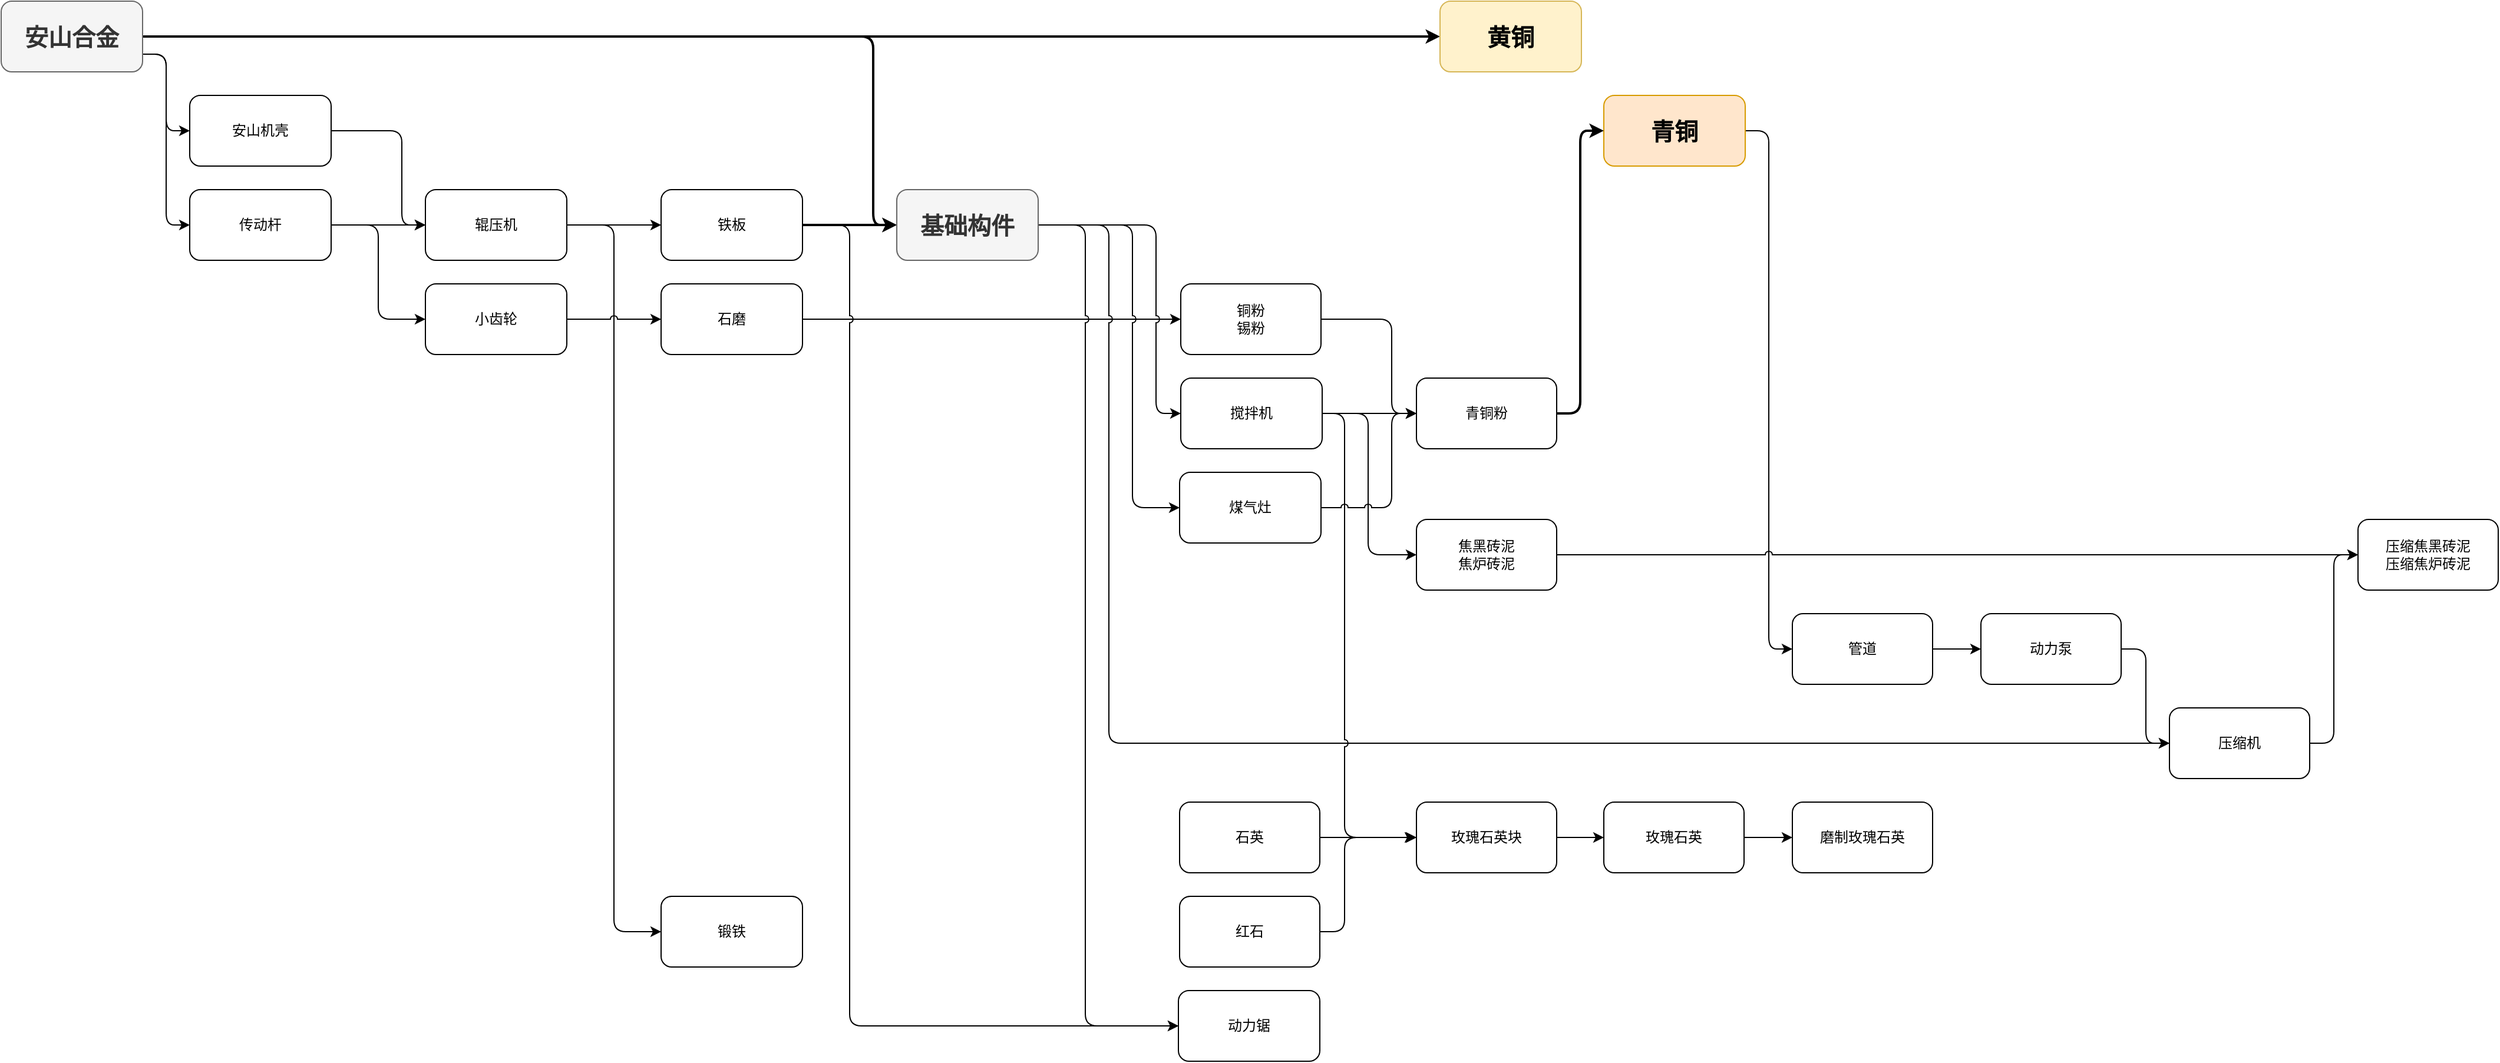
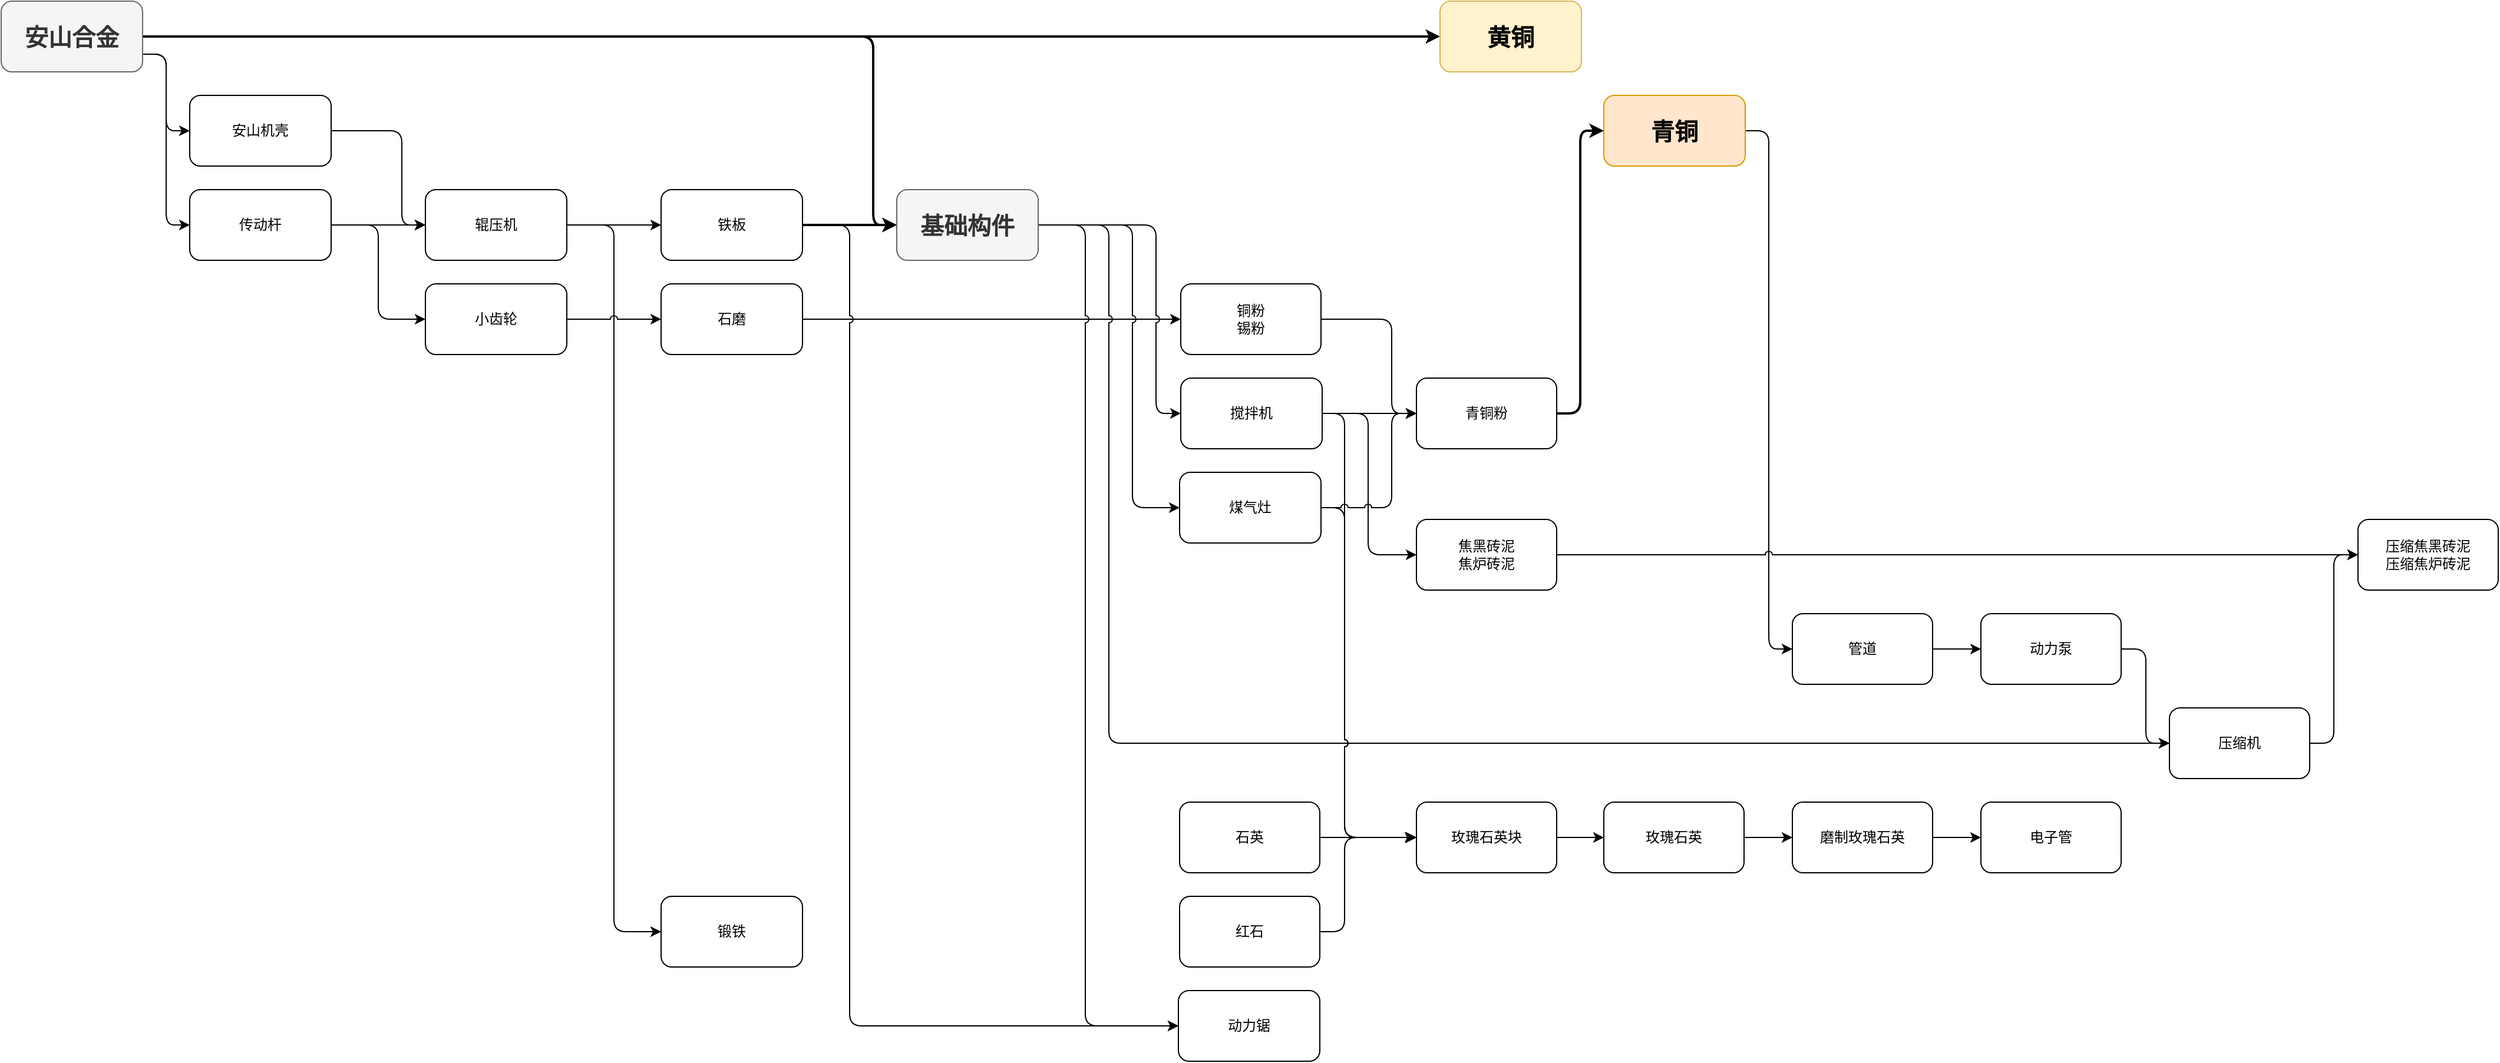
<mxfile host="app.diagrams.net">
  <diagram name="第 1 页" id="wbue6hbnNwZZhj_0dkD_">
-     <mxGraphModel dx="1491" dy="959" grid="1" gridSize="10" guides="1" tooltips="1" connect="1" arrows="1" fold="1" page="1" pageScale="1" pageWidth="827" pageHeight="1169" math="0" shadow="0">
+     <mxGraphModel dx="1256" dy="807" grid="1" gridSize="10" guides="1" tooltips="1" connect="1" arrows="1" fold="1" page="1" pageScale="1" pageWidth="827" pageHeight="1169" math="0" shadow="0">
      <root>
        <mxCell id="0" />
        <mxCell id="1" parent="0" />
        <mxCell id="hVVgvd0LLLONm7yzlIF5-7" edge="1" parent="1" source="hVVgvd0LLLONm7yzlIF5-4" style="edgeStyle=orthogonalEdgeStyle;rounded=1;orthogonalLoop=1;jettySize=auto;html=1;exitX=1;exitY=0.5;exitDx=0;exitDy=0;curved=0;strokeColor=default;align=center;verticalAlign=middle;fontFamily=Helvetica;fontSize=11;fontColor=default;labelBackgroundColor=default;jumpStyle=arc;endArrow=classic;strokeWidth=2;" target="hVVgvd0LLLONm7yzlIF5-5">
          <mxGeometry relative="1" as="geometry">
            <Array as="points">
              <mxPoint x="270" y="80" />
              <mxPoint x="270" y="80" />
            </Array>
          </mxGeometry>
        </mxCell>
        <mxCell id="hVVgvd0LLLONm7yzlIF5-9" edge="1" parent="1" source="hVVgvd0LLLONm7yzlIF5-4" style="edgeStyle=orthogonalEdgeStyle;rounded=1;orthogonalLoop=1;jettySize=auto;html=1;exitX=1;exitY=0.75;exitDx=0;exitDy=0;entryX=0;entryY=0.5;entryDx=0;entryDy=0;curved=0;jumpStyle=arc;strokeColor=default;align=center;verticalAlign=middle;fontFamily=Helvetica;fontSize=11;fontColor=default;labelBackgroundColor=default;endArrow=classic;" target="hVVgvd0LLLONm7yzlIF5-8">
          <mxGeometry relative="1" as="geometry">
            <Array as="points">
              <mxPoint x="140" y="95" />
              <mxPoint x="140" y="240" />
            </Array>
          </mxGeometry>
        </mxCell>
        <mxCell id="hVVgvd0LLLONm7yzlIF5-11" edge="1" parent="1" source="hVVgvd0LLLONm7yzlIF5-4" style="edgeStyle=orthogonalEdgeStyle;rounded=1;orthogonalLoop=1;jettySize=auto;html=1;exitX=1;exitY=0.75;exitDx=0;exitDy=0;entryX=0;entryY=0.5;entryDx=0;entryDy=0;curved=0;strokeColor=default;align=center;verticalAlign=middle;fontFamily=Helvetica;fontSize=11;fontColor=default;labelBackgroundColor=default;jumpStyle=arc;endArrow=classic;" target="hVVgvd0LLLONm7yzlIF5-10">
          <mxGeometry relative="1" as="geometry" />
        </mxCell>
        <mxCell id="hVVgvd0LLLONm7yzlIF5-25" edge="1" parent="1" source="hVVgvd0LLLONm7yzlIF5-4" style="edgeStyle=orthogonalEdgeStyle;shape=connector;curved=0;rounded=1;jumpStyle=arc;orthogonalLoop=1;jettySize=auto;html=1;exitX=1;exitY=0.5;exitDx=0;exitDy=0;entryX=0;entryY=0.5;entryDx=0;entryDy=0;strokeColor=default;align=center;verticalAlign=middle;fontFamily=Helvetica;fontSize=11;fontColor=default;labelBackgroundColor=default;endArrow=classic;strokeWidth=2;" target="hVVgvd0LLLONm7yzlIF5-23">
          <mxGeometry relative="1" as="geometry">
            <Array as="points">
              <mxPoint x="740" y="80" />
              <mxPoint x="740" y="240" />
            </Array>
          </mxGeometry>
        </mxCell>
        <mxCell id="hVVgvd0LLLONm7yzlIF5-4" parent="1" style="rounded=1;whiteSpace=wrap;html=1;fillColor=#f5f5f5;fontColor=#333333;strokeColor=#666666;" value="&lt;b&gt;&lt;font style=&quot;font-size: 20px;&quot;&gt;安山合金&lt;/font&gt;&lt;/b&gt;" vertex="1">
          <mxGeometry height="60" width="120" y="50" as="geometry" />
        </mxCell>
        <mxCell id="hVVgvd0LLLONm7yzlIF5-5" parent="1" style="rounded=1;whiteSpace=wrap;html=1;fillColor=#fff2cc;strokeColor=#d6b656;" value="&lt;b&gt;&lt;font style=&quot;font-size: 20px;&quot;&gt;黄铜&lt;/font&gt;&lt;/b&gt;" vertex="1">
          <mxGeometry height="60" width="120" x="1221" y="50" as="geometry" />
        </mxCell>
        <mxCell id="hVVgvd0LLLONm7yzlIF5-39" edge="1" parent="1" source="hVVgvd0LLLONm7yzlIF5-6" style="edgeStyle=orthogonalEdgeStyle;shape=connector;curved=0;rounded=1;jumpStyle=arc;orthogonalLoop=1;jettySize=auto;html=1;exitX=1;exitY=0.5;exitDx=0;exitDy=0;entryX=0;entryY=0.5;entryDx=0;entryDy=0;strokeColor=default;align=center;verticalAlign=middle;fontFamily=Helvetica;fontSize=11;fontColor=default;labelBackgroundColor=default;endArrow=classic;" target="hVVgvd0LLLONm7yzlIF5-38">
          <mxGeometry relative="1" as="geometry" />
        </mxCell>
        <mxCell id="hVVgvd0LLLONm7yzlIF5-6" parent="1" style="rounded=1;whiteSpace=wrap;html=1;fillColor=#ffe6cc;strokeColor=#d79b00;" value="&lt;b&gt;&lt;font style=&quot;font-size: 20px;&quot;&gt;青铜&lt;/font&gt;&lt;/b&gt;" vertex="1">
          <mxGeometry height="60" width="120" x="1360" y="130" as="geometry" />
        </mxCell>
        <mxCell id="hVVgvd0LLLONm7yzlIF5-14" edge="1" parent="1" source="hVVgvd0LLLONm7yzlIF5-8" style="edgeStyle=orthogonalEdgeStyle;shape=connector;curved=0;rounded=1;orthogonalLoop=1;jettySize=auto;html=1;exitX=1;exitY=0.5;exitDx=0;exitDy=0;entryX=0;entryY=0.5;entryDx=0;entryDy=0;strokeColor=default;align=center;verticalAlign=middle;fontFamily=Helvetica;fontSize=11;fontColor=default;labelBackgroundColor=default;endArrow=classic;jumpStyle=arc;" target="hVVgvd0LLLONm7yzlIF5-12">
          <mxGeometry relative="1" as="geometry" />
        </mxCell>
        <mxCell id="hVVgvd0LLLONm7yzlIF5-16" edge="1" parent="1" source="hVVgvd0LLLONm7yzlIF5-8" style="edgeStyle=orthogonalEdgeStyle;shape=connector;curved=0;rounded=1;orthogonalLoop=1;jettySize=auto;html=1;exitX=1;exitY=0.5;exitDx=0;exitDy=0;entryX=0;entryY=0.5;entryDx=0;entryDy=0;strokeColor=default;align=center;verticalAlign=middle;fontFamily=Helvetica;fontSize=11;fontColor=default;labelBackgroundColor=default;endArrow=classic;jumpStyle=arc;" target="hVVgvd0LLLONm7yzlIF5-15">
          <mxGeometry relative="1" as="geometry">
            <Array as="points">
              <mxPoint x="320" y="240" />
              <mxPoint x="320" y="320" />
            </Array>
            <mxPoint x="280" y="159.98" as="sourcePoint" />
            <mxPoint x="360" y="319.98" as="targetPoint" />
          </mxGeometry>
        </mxCell>
        <mxCell id="hVVgvd0LLLONm7yzlIF5-8" parent="1" style="rounded=1;whiteSpace=wrap;html=1;" value="传动杆" vertex="1">
          <mxGeometry height="60" width="120" x="160" y="210" as="geometry" />
        </mxCell>
        <mxCell id="hVVgvd0LLLONm7yzlIF5-13" edge="1" parent="1" source="hVVgvd0LLLONm7yzlIF5-10" style="edgeStyle=orthogonalEdgeStyle;shape=connector;curved=0;rounded=1;orthogonalLoop=1;jettySize=auto;html=1;exitX=1;exitY=0.5;exitDx=0;exitDy=0;strokeColor=default;align=center;verticalAlign=middle;fontFamily=Helvetica;fontSize=11;fontColor=default;labelBackgroundColor=default;endArrow=classic;entryX=0;entryY=0.5;entryDx=0;entryDy=0;jumpStyle=arc;" target="hVVgvd0LLLONm7yzlIF5-12">
          <mxGeometry relative="1" as="geometry">
            <Array as="points">
              <mxPoint x="340" y="160" />
              <mxPoint x="340" y="240" />
            </Array>
          </mxGeometry>
        </mxCell>
        <mxCell id="hVVgvd0LLLONm7yzlIF5-10" parent="1" style="rounded=1;whiteSpace=wrap;html=1;" value="安山机壳" vertex="1">
          <mxGeometry height="60" width="120" x="160" y="130" as="geometry" />
        </mxCell>
        <mxCell id="hVVgvd0LLLONm7yzlIF5-19" edge="1" parent="1" source="hVVgvd0LLLONm7yzlIF5-12" style="edgeStyle=orthogonalEdgeStyle;shape=connector;curved=0;rounded=1;orthogonalLoop=1;jettySize=auto;html=1;exitX=1;exitY=0.5;exitDx=0;exitDy=0;entryX=0;entryY=0.5;entryDx=0;entryDy=0;strokeColor=default;align=center;verticalAlign=middle;fontFamily=Helvetica;fontSize=11;fontColor=default;labelBackgroundColor=default;endArrow=classic;jumpStyle=arc;" target="hVVgvd0LLLONm7yzlIF5-18">
          <mxGeometry relative="1" as="geometry" />
        </mxCell>
        <mxCell id="hVVgvd0LLLONm7yzlIF5-22" edge="1" parent="1" source="hVVgvd0LLLONm7yzlIF5-12" style="edgeStyle=orthogonalEdgeStyle;shape=connector;curved=0;rounded=1;orthogonalLoop=1;jettySize=auto;html=1;exitX=1;exitY=0.5;exitDx=0;exitDy=0;entryX=0;entryY=0.5;entryDx=0;entryDy=0;strokeColor=default;align=center;verticalAlign=middle;fontFamily=Helvetica;fontSize=11;fontColor=default;labelBackgroundColor=default;endArrow=classic;jumpStyle=arc;" target="hVVgvd0LLLONm7yzlIF5-21">
          <mxGeometry relative="1" as="geometry" />
        </mxCell>
        <mxCell id="hVVgvd0LLLONm7yzlIF5-12" parent="1" style="rounded=1;whiteSpace=wrap;html=1;" value="辊压机" vertex="1">
          <mxGeometry height="60" width="120" x="360" y="210" as="geometry" />
        </mxCell>
        <mxCell id="hVVgvd0LLLONm7yzlIF5-20" edge="1" parent="1" source="hVVgvd0LLLONm7yzlIF5-15" style="edgeStyle=orthogonalEdgeStyle;shape=connector;curved=0;rounded=1;orthogonalLoop=1;jettySize=auto;html=1;exitX=1;exitY=0.5;exitDx=0;exitDy=0;strokeColor=default;align=center;verticalAlign=middle;fontFamily=Helvetica;fontSize=11;fontColor=default;labelBackgroundColor=default;endArrow=classic;entryX=0;entryY=0.5;entryDx=0;entryDy=0;jumpStyle=arc;" target="hVVgvd0LLLONm7yzlIF5-17">
          <mxGeometry relative="1" as="geometry">
            <mxPoint x="550" y="319.9655172413793" as="targetPoint" />
          </mxGeometry>
        </mxCell>
        <mxCell id="hVVgvd0LLLONm7yzlIF5-15" parent="1" style="rounded=1;whiteSpace=wrap;html=1;" value="小齿轮" vertex="1">
          <mxGeometry height="60" width="120" x="360" y="290" as="geometry" />
        </mxCell>
        <mxCell id="hVVgvd0LLLONm7yzlIF5-35" edge="1" parent="1" source="hVVgvd0LLLONm7yzlIF5-17" style="edgeStyle=orthogonalEdgeStyle;shape=connector;curved=0;rounded=1;jumpStyle=arc;orthogonalLoop=1;jettySize=auto;html=1;exitX=1;exitY=0.5;exitDx=0;exitDy=0;entryX=0;entryY=0.5;entryDx=0;entryDy=0;strokeColor=default;align=center;verticalAlign=middle;fontFamily=Helvetica;fontSize=11;fontColor=default;labelBackgroundColor=default;endArrow=classic;" target="hVVgvd0LLLONm7yzlIF5-32">
          <mxGeometry relative="1" as="geometry" />
        </mxCell>
        <mxCell id="hVVgvd0LLLONm7yzlIF5-17" parent="1" style="rounded=1;whiteSpace=wrap;html=1;" value="石磨" vertex="1">
          <mxGeometry height="60" width="120" x="560" y="290" as="geometry" />
        </mxCell>
        <mxCell id="hVVgvd0LLLONm7yzlIF5-24" edge="1" parent="1" source="hVVgvd0LLLONm7yzlIF5-18" style="edgeStyle=orthogonalEdgeStyle;shape=connector;curved=0;rounded=1;jumpStyle=arc;orthogonalLoop=1;jettySize=auto;html=1;exitX=1;exitY=0.5;exitDx=0;exitDy=0;strokeColor=default;align=center;verticalAlign=middle;fontFamily=Helvetica;fontSize=11;fontColor=default;labelBackgroundColor=default;endArrow=classic;strokeWidth=2;entryX=0;entryY=0.5;entryDx=0;entryDy=0;" target="hVVgvd0LLLONm7yzlIF5-23">
          <mxGeometry relative="1" as="geometry" />
        </mxCell>
        <mxCell id="4fcqwB5ZCuZv3aRTupUW-13" edge="1" parent="1" source="hVVgvd0LLLONm7yzlIF5-18" style="edgeStyle=orthogonalEdgeStyle;shape=connector;curved=0;rounded=1;jumpStyle=arc;orthogonalLoop=1;jettySize=auto;html=1;exitX=1;exitY=0.5;exitDx=0;exitDy=0;entryX=0;entryY=0.5;entryDx=0;entryDy=0;strokeColor=default;align=center;verticalAlign=middle;fontFamily=Helvetica;fontSize=11;fontColor=default;labelBackgroundColor=default;endArrow=classic;" target="4fcqwB5ZCuZv3aRTupUW-11">
          <mxGeometry relative="1" as="geometry">
            <Array as="points">
              <mxPoint x="720" y="240" />
              <mxPoint x="720" y="920" />
            </Array>
          </mxGeometry>
        </mxCell>
        <mxCell id="hVVgvd0LLLONm7yzlIF5-18" parent="1" style="rounded=1;whiteSpace=wrap;html=1;" value="铁板" vertex="1">
          <mxGeometry height="60" width="120" x="560" y="210" as="geometry" />
        </mxCell>
        <mxCell id="hVVgvd0LLLONm7yzlIF5-21" parent="1" style="rounded=1;whiteSpace=wrap;html=1;" value="锻铁" vertex="1">
          <mxGeometry height="60" width="120" x="560" y="810" as="geometry" />
        </mxCell>
        <mxCell id="hVVgvd0LLLONm7yzlIF5-28" edge="1" parent="1" style="edgeStyle=orthogonalEdgeStyle;shape=connector;curved=0;rounded=1;jumpStyle=arc;orthogonalLoop=1;jettySize=auto;html=1;entryX=0;entryY=0.5;entryDx=0;entryDy=0;strokeColor=default;align=center;verticalAlign=middle;fontFamily=Helvetica;fontSize=11;fontColor=default;labelBackgroundColor=default;endArrow=classic;" target="hVVgvd0LLLONm7yzlIF5-27">
          <mxGeometry relative="1" as="geometry">
            <Array as="points">
              <mxPoint x="980" y="240" />
              <mxPoint x="980" y="400" />
            </Array>
            <mxPoint x="880" y="240" as="sourcePoint" />
          </mxGeometry>
        </mxCell>
        <mxCell id="hVVgvd0LLLONm7yzlIF5-44" edge="1" parent="1" source="hVVgvd0LLLONm7yzlIF5-23" style="edgeStyle=orthogonalEdgeStyle;shape=connector;curved=0;rounded=1;jumpStyle=arc;orthogonalLoop=1;jettySize=auto;html=1;exitX=1;exitY=0.5;exitDx=0;exitDy=0;entryX=0;entryY=0.5;entryDx=0;entryDy=0;strokeColor=default;align=center;verticalAlign=middle;fontFamily=Helvetica;fontSize=11;fontColor=default;labelBackgroundColor=default;endArrow=classic;" target="hVVgvd0LLLONm7yzlIF5-42">
          <mxGeometry relative="1" as="geometry">
            <Array as="points">
              <mxPoint x="940" y="240" />
              <mxPoint x="940" y="680" />
            </Array>
            <mxPoint x="920" y="240" as="sourcePoint" />
          </mxGeometry>
        </mxCell>
        <mxCell id="hVVgvd0LLLONm7yzlIF5-50" edge="1" parent="1" source="hVVgvd0LLLONm7yzlIF5-23" style="edgeStyle=orthogonalEdgeStyle;shape=connector;curved=0;rounded=1;jumpStyle=arc;orthogonalLoop=1;jettySize=auto;html=1;exitX=1;exitY=0.5;exitDx=0;exitDy=0;entryX=0;entryY=0.5;entryDx=0;entryDy=0;strokeColor=default;align=center;verticalAlign=middle;fontFamily=Helvetica;fontSize=11;fontColor=default;labelBackgroundColor=default;endArrow=classic;" target="hVVgvd0LLLONm7yzlIF5-48">
          <mxGeometry relative="1" as="geometry">
            <Array as="points">
              <mxPoint x="960" y="240" />
              <mxPoint x="960" y="480" />
            </Array>
            <mxPoint x="920" y="240" as="sourcePoint" />
          </mxGeometry>
        </mxCell>
        <mxCell id="4fcqwB5ZCuZv3aRTupUW-12" edge="1" parent="1" source="hVVgvd0LLLONm7yzlIF5-23" style="edgeStyle=orthogonalEdgeStyle;shape=connector;curved=0;rounded=1;jumpStyle=arc;orthogonalLoop=1;jettySize=auto;html=1;exitX=1;exitY=0.5;exitDx=0;exitDy=0;entryX=0;entryY=0.5;entryDx=0;entryDy=0;strokeColor=default;align=center;verticalAlign=middle;fontFamily=Helvetica;fontSize=11;fontColor=default;labelBackgroundColor=default;endArrow=classic;" target="4fcqwB5ZCuZv3aRTupUW-11">
          <mxGeometry relative="1" as="geometry">
            <Array as="points">
              <mxPoint x="920" y="240" />
              <mxPoint x="920" y="920" />
            </Array>
          </mxGeometry>
        </mxCell>
        <mxCell id="hVVgvd0LLLONm7yzlIF5-23" parent="1" style="rounded=1;whiteSpace=wrap;html=1;fillColor=#f5f5f5;fontColor=#333333;strokeColor=#666666;" value="&lt;b&gt;&lt;font style=&quot;font-size: 20px;&quot;&gt;基础构件&lt;/font&gt;&lt;/b&gt;" vertex="1">
          <mxGeometry height="60" width="120" x="760" y="210" as="geometry" />
        </mxCell>
        <mxCell id="hVVgvd0LLLONm7yzlIF5-30" edge="1" parent="1" source="hVVgvd0LLLONm7yzlIF5-27" style="edgeStyle=orthogonalEdgeStyle;shape=connector;curved=0;rounded=1;jumpStyle=arc;orthogonalLoop=1;jettySize=auto;html=1;exitX=1;exitY=0.5;exitDx=0;exitDy=0;strokeColor=default;align=center;verticalAlign=middle;fontFamily=Helvetica;fontSize=11;fontColor=default;labelBackgroundColor=default;endArrow=classic;entryX=0;entryY=0.5;entryDx=0;entryDy=0;" target="hVVgvd0LLLONm7yzlIF5-29">
          <mxGeometry relative="1" as="geometry">
            <Array as="points">
              <mxPoint x="1150" y="400" />
              <mxPoint x="1150" y="400" />
            </Array>
            <mxPoint x="1200" y="410" as="targetPoint" />
          </mxGeometry>
        </mxCell>
        <mxCell id="hVVgvd0LLLONm7yzlIF5-37" edge="1" parent="1" source="hVVgvd0LLLONm7yzlIF5-27" style="edgeStyle=orthogonalEdgeStyle;shape=connector;curved=0;rounded=1;jumpStyle=arc;orthogonalLoop=1;jettySize=auto;html=1;exitX=1;exitY=0.5;exitDx=0;exitDy=0;entryX=0;entryY=0.5;entryDx=0;entryDy=0;strokeColor=default;align=center;verticalAlign=middle;fontFamily=Helvetica;fontSize=11;fontColor=default;labelBackgroundColor=default;endArrow=classic;" target="hVVgvd0LLLONm7yzlIF5-36">
          <mxGeometry relative="1" as="geometry">
            <Array as="points">
              <mxPoint x="1160" y="400" />
              <mxPoint x="1160" y="520" />
            </Array>
          </mxGeometry>
        </mxCell>
        <mxCell id="4fcqwB5ZCuZv3aRTupUW-6" edge="1" parent="1" source="hVVgvd0LLLONm7yzlIF5-27" style="edgeStyle=orthogonalEdgeStyle;shape=connector;curved=0;rounded=1;jumpStyle=arc;orthogonalLoop=1;jettySize=auto;html=1;exitX=1;exitY=0.5;exitDx=0;exitDy=0;entryX=0;entryY=0.5;entryDx=0;entryDy=0;strokeColor=default;align=center;verticalAlign=middle;fontFamily=Helvetica;fontSize=11;fontColor=default;labelBackgroundColor=default;endArrow=classic;" target="4fcqwB5ZCuZv3aRTupUW-4">
          <mxGeometry relative="1" as="geometry">
            <Array as="points">
              <mxPoint x="1140" y="400" />
              <mxPoint x="1140" y="760" />
            </Array>
          </mxGeometry>
        </mxCell>
        <mxCell id="hVVgvd0LLLONm7yzlIF5-27" parent="1" style="rounded=1;whiteSpace=wrap;html=1;" value="搅拌机" vertex="1">
          <mxGeometry height="60" width="120" x="1001" y="370" as="geometry" />
        </mxCell>
        <mxCell id="hVVgvd0LLLONm7yzlIF5-31" edge="1" parent="1" source="hVVgvd0LLLONm7yzlIF5-29" style="edgeStyle=orthogonalEdgeStyle;shape=connector;curved=0;rounded=1;jumpStyle=arc;orthogonalLoop=1;jettySize=auto;html=1;exitX=1;exitY=0.5;exitDx=0;exitDy=0;entryX=0;entryY=0.5;entryDx=0;entryDy=0;strokeColor=default;align=center;verticalAlign=middle;fontFamily=Helvetica;fontSize=11;fontColor=default;labelBackgroundColor=default;endArrow=classic;strokeWidth=2;" target="hVVgvd0LLLONm7yzlIF5-6">
          <mxGeometry relative="1" as="geometry" />
        </mxCell>
        <mxCell id="hVVgvd0LLLONm7yzlIF5-29" parent="1" style="rounded=1;whiteSpace=wrap;html=1;" value="青铜粉" vertex="1">
          <mxGeometry height="60" width="119" x="1201" y="370" as="geometry" />
        </mxCell>
        <mxCell id="hVVgvd0LLLONm7yzlIF5-34" edge="1" parent="1" source="hVVgvd0LLLONm7yzlIF5-32" style="edgeStyle=orthogonalEdgeStyle;shape=connector;curved=0;rounded=1;jumpStyle=arc;orthogonalLoop=1;jettySize=auto;html=1;exitX=1;exitY=0.5;exitDx=0;exitDy=0;entryX=0;entryY=0.5;entryDx=0;entryDy=0;strokeColor=default;align=center;verticalAlign=middle;fontFamily=Helvetica;fontSize=11;fontColor=default;labelBackgroundColor=default;endArrow=classic;" target="hVVgvd0LLLONm7yzlIF5-29">
          <mxGeometry relative="1" as="geometry">
            <Array as="points">
              <mxPoint x="1180" y="320" />
              <mxPoint x="1180" y="400" />
            </Array>
          </mxGeometry>
        </mxCell>
        <mxCell id="hVVgvd0LLLONm7yzlIF5-32" parent="1" style="rounded=1;whiteSpace=wrap;html=1;" value="铜粉&lt;div&gt;锡粉&lt;/div&gt;" vertex="1">
          <mxGeometry height="60" width="119" x="1001" y="290" as="geometry" />
        </mxCell>
        <mxCell id="hVVgvd0LLLONm7yzlIF5-47" edge="1" parent="1" source="hVVgvd0LLLONm7yzlIF5-36" style="edgeStyle=orthogonalEdgeStyle;shape=connector;curved=0;rounded=1;jumpStyle=arc;orthogonalLoop=1;jettySize=auto;html=1;exitX=1;exitY=0.5;exitDx=0;exitDy=0;entryX=0;entryY=0.5;entryDx=0;entryDy=0;strokeColor=default;align=center;verticalAlign=middle;fontFamily=Helvetica;fontSize=11;fontColor=default;labelBackgroundColor=default;endArrow=classic;" target="hVVgvd0LLLONm7yzlIF5-45">
          <mxGeometry relative="1" as="geometry" />
        </mxCell>
        <mxCell id="hVVgvd0LLLONm7yzlIF5-36" parent="1" style="rounded=1;whiteSpace=wrap;html=1;" value="焦黑砖泥&lt;div&gt;焦炉砖泥&lt;/div&gt;" vertex="1">
          <mxGeometry height="60" width="119" x="1201" y="490" as="geometry" />
        </mxCell>
        <mxCell id="hVVgvd0LLLONm7yzlIF5-41" edge="1" parent="1" source="hVVgvd0LLLONm7yzlIF5-38" style="edgeStyle=orthogonalEdgeStyle;shape=connector;curved=0;rounded=1;jumpStyle=arc;orthogonalLoop=1;jettySize=auto;html=1;exitX=1;exitY=0.5;exitDx=0;exitDy=0;strokeColor=default;align=center;verticalAlign=middle;fontFamily=Helvetica;fontSize=11;fontColor=default;labelBackgroundColor=default;endArrow=classic;" target="hVVgvd0LLLONm7yzlIF5-40">
          <mxGeometry relative="1" as="geometry" />
        </mxCell>
        <mxCell id="hVVgvd0LLLONm7yzlIF5-38" parent="1" style="rounded=1;whiteSpace=wrap;html=1;" value="管道" vertex="1">
          <mxGeometry height="60" width="119" x="1520" y="570" as="geometry" />
        </mxCell>
        <mxCell id="hVVgvd0LLLONm7yzlIF5-43" edge="1" parent="1" source="hVVgvd0LLLONm7yzlIF5-40" style="edgeStyle=orthogonalEdgeStyle;shape=connector;curved=0;rounded=1;jumpStyle=arc;orthogonalLoop=1;jettySize=auto;html=1;exitX=1;exitY=0.5;exitDx=0;exitDy=0;strokeColor=default;align=center;verticalAlign=middle;fontFamily=Helvetica;fontSize=11;fontColor=default;labelBackgroundColor=default;endArrow=classic;" target="hVVgvd0LLLONm7yzlIF5-42">
          <mxGeometry relative="1" as="geometry">
            <Array as="points">
              <mxPoint x="1820" y="600" />
              <mxPoint x="1820" y="680" />
            </Array>
          </mxGeometry>
        </mxCell>
        <mxCell id="hVVgvd0LLLONm7yzlIF5-40" parent="1" style="rounded=1;whiteSpace=wrap;html=1;" value="动力泵" vertex="1">
          <mxGeometry height="60" width="119" x="1680" y="570" as="geometry" />
        </mxCell>
        <mxCell id="hVVgvd0LLLONm7yzlIF5-46" edge="1" parent="1" source="hVVgvd0LLLONm7yzlIF5-42" style="edgeStyle=orthogonalEdgeStyle;shape=connector;curved=0;rounded=1;jumpStyle=arc;orthogonalLoop=1;jettySize=auto;html=1;exitX=1;exitY=0.5;exitDx=0;exitDy=0;entryX=0;entryY=0.5;entryDx=0;entryDy=0;strokeColor=default;align=center;verticalAlign=middle;fontFamily=Helvetica;fontSize=11;fontColor=default;labelBackgroundColor=default;endArrow=classic;" target="hVVgvd0LLLONm7yzlIF5-45">
          <mxGeometry relative="1" as="geometry" />
        </mxCell>
        <mxCell id="hVVgvd0LLLONm7yzlIF5-42" parent="1" style="rounded=1;whiteSpace=wrap;html=1;" value="压缩机" vertex="1">
          <mxGeometry height="60" width="119" x="1840" y="650" as="geometry" />
        </mxCell>
        <mxCell id="hVVgvd0LLLONm7yzlIF5-45" parent="1" style="rounded=1;whiteSpace=wrap;html=1;" value="压缩焦黑砖泥&lt;div&gt;压缩焦炉砖泥&lt;/div&gt;" vertex="1">
          <mxGeometry height="60" width="119" x="2000" y="490" as="geometry" />
        </mxCell>
        <mxCell id="hVVgvd0LLLONm7yzlIF5-49" edge="1" parent="1" source="hVVgvd0LLLONm7yzlIF5-48" style="edgeStyle=orthogonalEdgeStyle;shape=connector;curved=0;rounded=1;jumpStyle=arc;orthogonalLoop=1;jettySize=auto;html=1;exitX=1;exitY=0.5;exitDx=0;exitDy=0;entryX=0;entryY=0.5;entryDx=0;entryDy=0;strokeColor=default;align=center;verticalAlign=middle;fontFamily=Helvetica;fontSize=11;fontColor=default;labelBackgroundColor=default;endArrow=classic;" target="hVVgvd0LLLONm7yzlIF5-29">
          <mxGeometry relative="1" as="geometry">
            <Array as="points">
              <mxPoint x="1180" y="480" />
              <mxPoint x="1180" y="400" />
            </Array>
          </mxGeometry>
        </mxCell>
+         <mxCell id="2kDL9RDc8AbcMjuMP2Lo-1" edge="1" parent="1" source="hVVgvd0LLLONm7yzlIF5-48" style="edgeStyle=orthogonalEdgeStyle;rounded=1;orthogonalLoop=1;jettySize=auto;html=1;exitX=1;exitY=0.5;exitDx=0;exitDy=0;entryX=0;entryY=0.5;entryDx=0;entryDy=0;jumpStyle=arc;curved=0;" target="4fcqwB5ZCuZv3aRTupUW-4">
+           <mxGeometry relative="1" as="geometry">
+             <Array as="points">
+               <mxPoint x="1140" y="480" />
+               <mxPoint x="1140" y="760" />
+             </Array>
+           </mxGeometry>
+         </mxCell>
        <mxCell id="hVVgvd0LLLONm7yzlIF5-48" parent="1" style="rounded=1;whiteSpace=wrap;html=1;" value="煤气灶" vertex="1">
          <mxGeometry height="60" width="120" x="1000" y="450" as="geometry" />
        </mxCell>
        <mxCell id="4fcqwB5ZCuZv3aRTupUW-8" edge="1" parent="1" source="4fcqwB5ZCuZv3aRTupUW-1" style="edgeStyle=orthogonalEdgeStyle;shape=connector;curved=0;rounded=1;jumpStyle=arc;orthogonalLoop=1;jettySize=auto;html=1;exitX=1;exitY=0.5;exitDx=0;exitDy=0;strokeColor=default;align=center;verticalAlign=middle;fontFamily=Helvetica;fontSize=11;fontColor=default;labelBackgroundColor=default;endArrow=classic;">
          <mxGeometry relative="1" as="geometry">
            <mxPoint x="1200" y="759.9565217391305" as="targetPoint" />
          </mxGeometry>
        </mxCell>
        <mxCell id="4fcqwB5ZCuZv3aRTupUW-1" parent="1" style="rounded=1;whiteSpace=wrap;html=1;" value="石英" vertex="1">
          <mxGeometry height="60" width="119" x="1000" y="730" as="geometry" />
        </mxCell>
        <mxCell id="4fcqwB5ZCuZv3aRTupUW-10" edge="1" parent="1" source="4fcqwB5ZCuZv3aRTupUW-2" style="edgeStyle=orthogonalEdgeStyle;shape=connector;curved=0;rounded=1;jumpStyle=arc;orthogonalLoop=1;jettySize=auto;html=1;exitX=1;exitY=0.5;exitDx=0;exitDy=0;entryX=0;entryY=0.5;entryDx=0;entryDy=0;strokeColor=default;align=center;verticalAlign=middle;fontFamily=Helvetica;fontSize=11;fontColor=default;labelBackgroundColor=default;endArrow=classic;" target="4fcqwB5ZCuZv3aRTupUW-5">
          <mxGeometry relative="1" as="geometry" />
        </mxCell>
        <mxCell id="4fcqwB5ZCuZv3aRTupUW-2" parent="1" style="rounded=1;whiteSpace=wrap;html=1;" value="玫瑰石英" vertex="1">
          <mxGeometry height="60" width="119" x="1360" y="730" as="geometry" />
        </mxCell>
        <mxCell id="4fcqwB5ZCuZv3aRTupUW-7" edge="1" parent="1" source="4fcqwB5ZCuZv3aRTupUW-3" style="edgeStyle=orthogonalEdgeStyle;shape=connector;curved=0;rounded=1;jumpStyle=arc;orthogonalLoop=1;jettySize=auto;html=1;exitX=1;exitY=0.5;exitDx=0;exitDy=0;entryX=0;entryY=0.5;entryDx=0;entryDy=0;strokeColor=default;align=center;verticalAlign=middle;fontFamily=Helvetica;fontSize=11;fontColor=default;labelBackgroundColor=default;endArrow=classic;" target="4fcqwB5ZCuZv3aRTupUW-4">
          <mxGeometry relative="1" as="geometry">
            <Array as="points">
              <mxPoint x="1140" y="840" />
              <mxPoint x="1140" y="760" />
            </Array>
          </mxGeometry>
        </mxCell>
        <mxCell id="4fcqwB5ZCuZv3aRTupUW-3" parent="1" style="rounded=1;whiteSpace=wrap;html=1;" value="红石" vertex="1">
          <mxGeometry height="60" width="119" x="1000" y="810" as="geometry" />
        </mxCell>
        <mxCell id="4fcqwB5ZCuZv3aRTupUW-9" edge="1" parent="1" source="4fcqwB5ZCuZv3aRTupUW-4" style="edgeStyle=orthogonalEdgeStyle;shape=connector;curved=0;rounded=1;jumpStyle=arc;orthogonalLoop=1;jettySize=auto;html=1;exitX=1;exitY=0.5;exitDx=0;exitDy=0;entryX=0;entryY=0.5;entryDx=0;entryDy=0;strokeColor=default;align=center;verticalAlign=middle;fontFamily=Helvetica;fontSize=11;fontColor=default;labelBackgroundColor=default;endArrow=classic;" target="4fcqwB5ZCuZv3aRTupUW-2">
          <mxGeometry relative="1" as="geometry" />
        </mxCell>
        <mxCell id="4fcqwB5ZCuZv3aRTupUW-4" parent="1" style="rounded=1;whiteSpace=wrap;html=1;" value="玫瑰石英块" vertex="1">
          <mxGeometry height="60" width="119" x="1201" y="730" as="geometry" />
        </mxCell>
+         <mxCell id="2kDL9RDc8AbcMjuMP2Lo-4" edge="1" parent="1" source="4fcqwB5ZCuZv3aRTupUW-5" style="edgeStyle=orthogonalEdgeStyle;shape=connector;curved=0;rounded=1;jumpStyle=arc;orthogonalLoop=1;jettySize=auto;html=1;exitX=1;exitY=0.5;exitDx=0;exitDy=0;entryX=0;entryY=0.5;entryDx=0;entryDy=0;strokeColor=default;align=center;verticalAlign=middle;fontFamily=Helvetica;fontSize=11;fontColor=default;labelBackgroundColor=default;endArrow=classic;" target="2kDL9RDc8AbcMjuMP2Lo-3">
+           <mxGeometry relative="1" as="geometry" />
+         </mxCell>
        <mxCell id="4fcqwB5ZCuZv3aRTupUW-5" parent="1" style="rounded=1;whiteSpace=wrap;html=1;" value="磨制玫瑰石英" vertex="1">
          <mxGeometry height="60" width="119" x="1520" y="730" as="geometry" />
        </mxCell>
        <mxCell id="4fcqwB5ZCuZv3aRTupUW-11" parent="1" style="rounded=1;whiteSpace=wrap;html=1;" value="动力锯" vertex="1">
          <mxGeometry height="60" width="120" x="999" y="890" as="geometry" />
+         </mxCell>
+         <mxCell id="2kDL9RDc8AbcMjuMP2Lo-3" parent="1" style="rounded=1;whiteSpace=wrap;html=1;" value="电子管" vertex="1">
+           <mxGeometry height="60" width="119" x="1680" y="730" as="geometry" />
        </mxCell>
      </root>
    </mxGraphModel>
  </diagram>
</mxfile>
